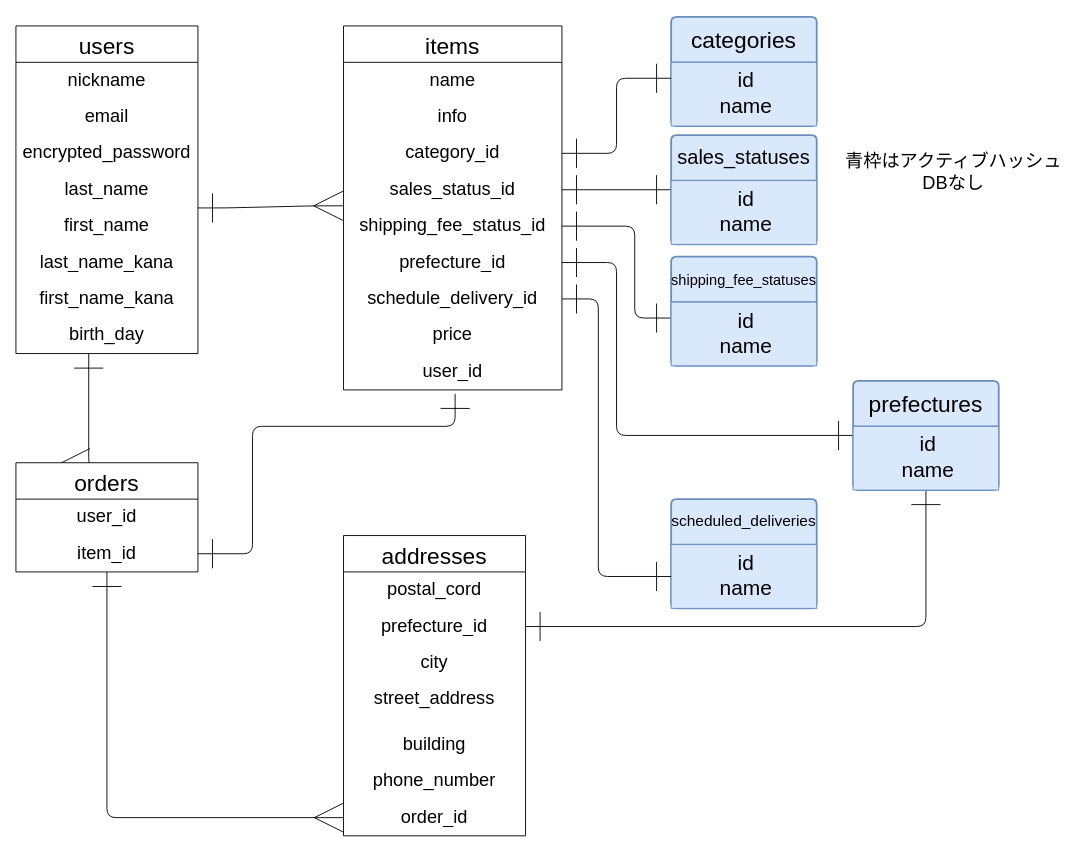
This is test.dio from yominmirin/furima-45757, a draw.io file, before an edit. Source tidied: cells renumbered, new cells numbered last; positions are measured from the earlier drawing's top-left corner, leaving out a move shared by most shapes. Both pictures are drawn from the tidied source at 91%, with x=0, y=0 at pixel (15, 16).
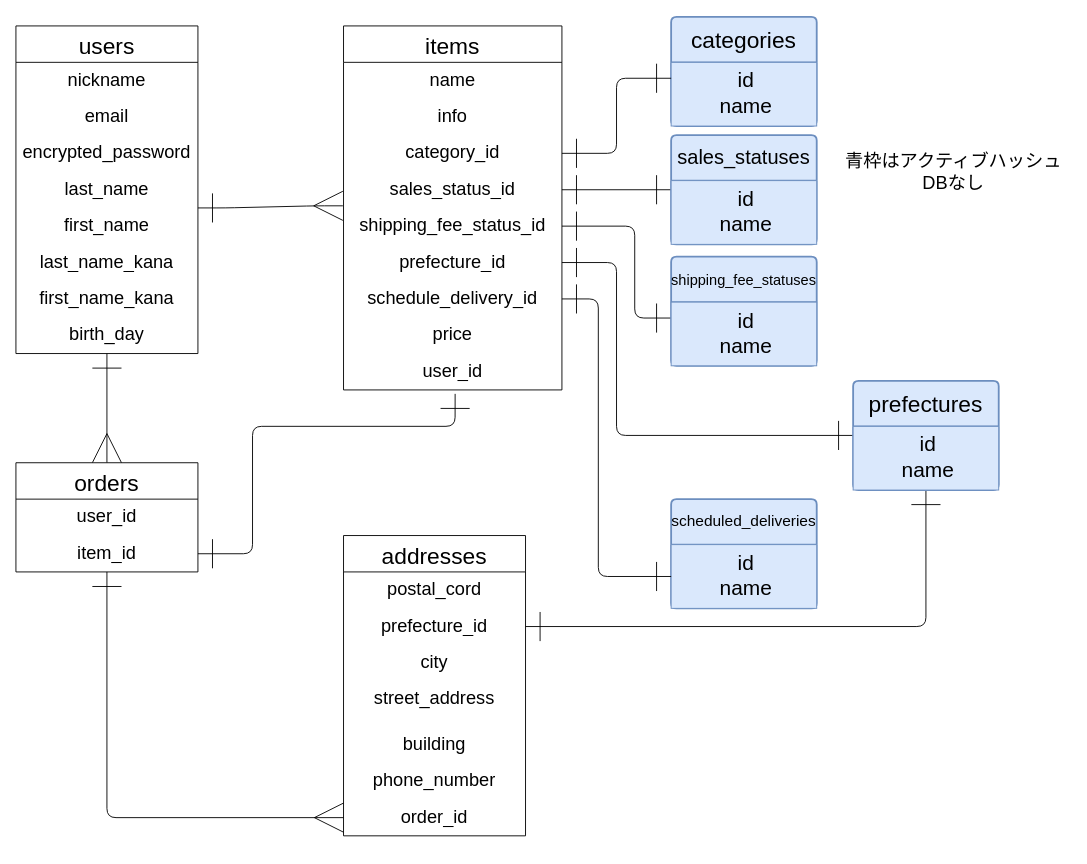
Above is the later version.

Commit message:
ER図の微調整

Unchanged cells that the change refers to:
```xml
<mxCell id="3" value="users" style="swimlane;fontStyle=0;horizontal=1;startSize=40;align=center;fontSize=25;" parent="1" vertex="1">
  <mxGeometry y="10" width="200" height="360" as="geometry" />
</mxCell>
<mxCell id="15" value="orders" style="swimlane;fontStyle=0;horizontal=1;startSize=40;align=center;fontSize=25;" parent="1" vertex="1">
  <mxGeometry y="490" width="200" height="120" as="geometry" />
</mxCell>
```

Change to the diagram source:
```diff
@@
-    <mxCell id="2" style="edgeStyle=elbowEdgeStyle;html=1;endSize=30;startSize=30;endArrow=ERmany;endFill=0;startArrow=ERone;startFill=0;entryX=0.407;entryY=0.003;entryDx=0;entryDy=0;entryPerimeter=0;" parent="1" edge="1" source="3" target="15">
-      <mxGeometry relative="1" as="geometry">
-        <Array as="points">
-          <mxPoint x="80" y="570" />
-        </Array>
-      </mxGeometry>
+    <mxCell id="2" style="edgeStyle=none;html=1;entryX=0.5;entryY=0;entryDx=0;entryDy=0;endSize=30;startSize=30;endArrow=ERmany;endFill=0;startArrow=ERone;startFill=0;" parent="1" edge="1" source="3" target="15">
+      <mxGeometry relative="1" as="geometry" />
     </mxCell>
```
